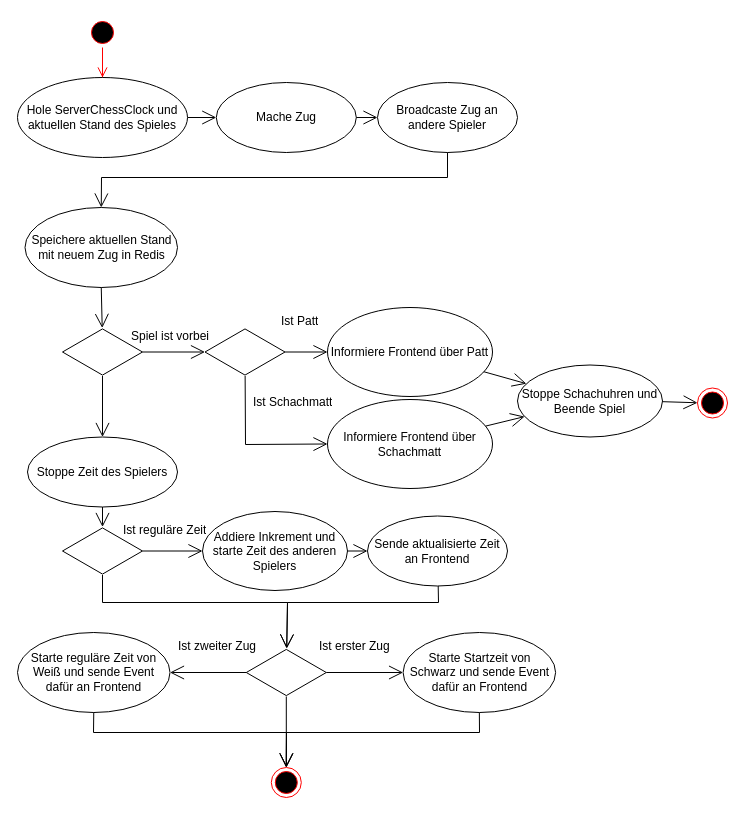
Earlier version of the draw.io diagram Bachelorarbeit/images/Neuer Zug Backend.drawio (jasperfue/Gambit). Source tidied: cells renumbered, new cells numbered last; positions are measured from the earlier drawing's top-left corner, leaving out a move shared by most shapes. Both pictures are drawn from the tidied source at 100%, with x=0, y=0 at pixel (17, 17).
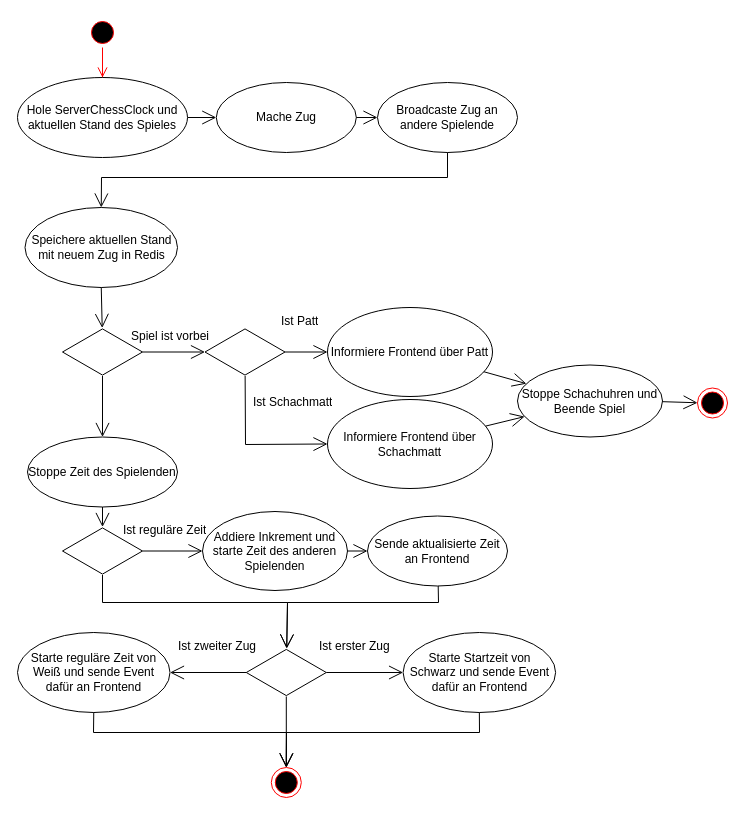
The same page after the edit.

Change to the diagram source:
```diff
@@
-    <mxCell id="5" value="Broadcaste Zug an andere Spieler" style="ellipse;whiteSpace=wrap;html=1;" parent="1" vertex="1">
+    <mxCell id="5" value="Broadcaste Zug an andere Spielende" style="ellipse;whiteSpace=wrap;html=1;" parent="1" vertex="1">
       <mxGeometry x="360" y="65" width="140" height="70" as="geometry" />
     </mxCell>
@@
-    <mxCell id="16" value="Stoppe Zeit des Spielers" style="ellipse;whiteSpace=wrap;html=1;" parent="1" vertex="1">
+    <mxCell id="16" value="Stoppe Zeit des Spielenden" style="ellipse;whiteSpace=wrap;html=1;" parent="1" vertex="1">
       <mxGeometry x="10" y="419.5" width="150" height="70" as="geometry" />
     </mxCell>
@@
-    <mxCell id="18" value="Addiere Inkrement und starte Zeit des anderen Spielers" style="ellipse;whiteSpace=wrap;html=1;" parent="1" vertex="1">
+    <mxCell id="18" value="Addiere Inkrement und starte Zeit des anderen Spielenden" style="ellipse;whiteSpace=wrap;html=1;" parent="1" vertex="1">
       <mxGeometry x="185" y="494" width="145" height="79" as="geometry" />
     </mxCell>
```
